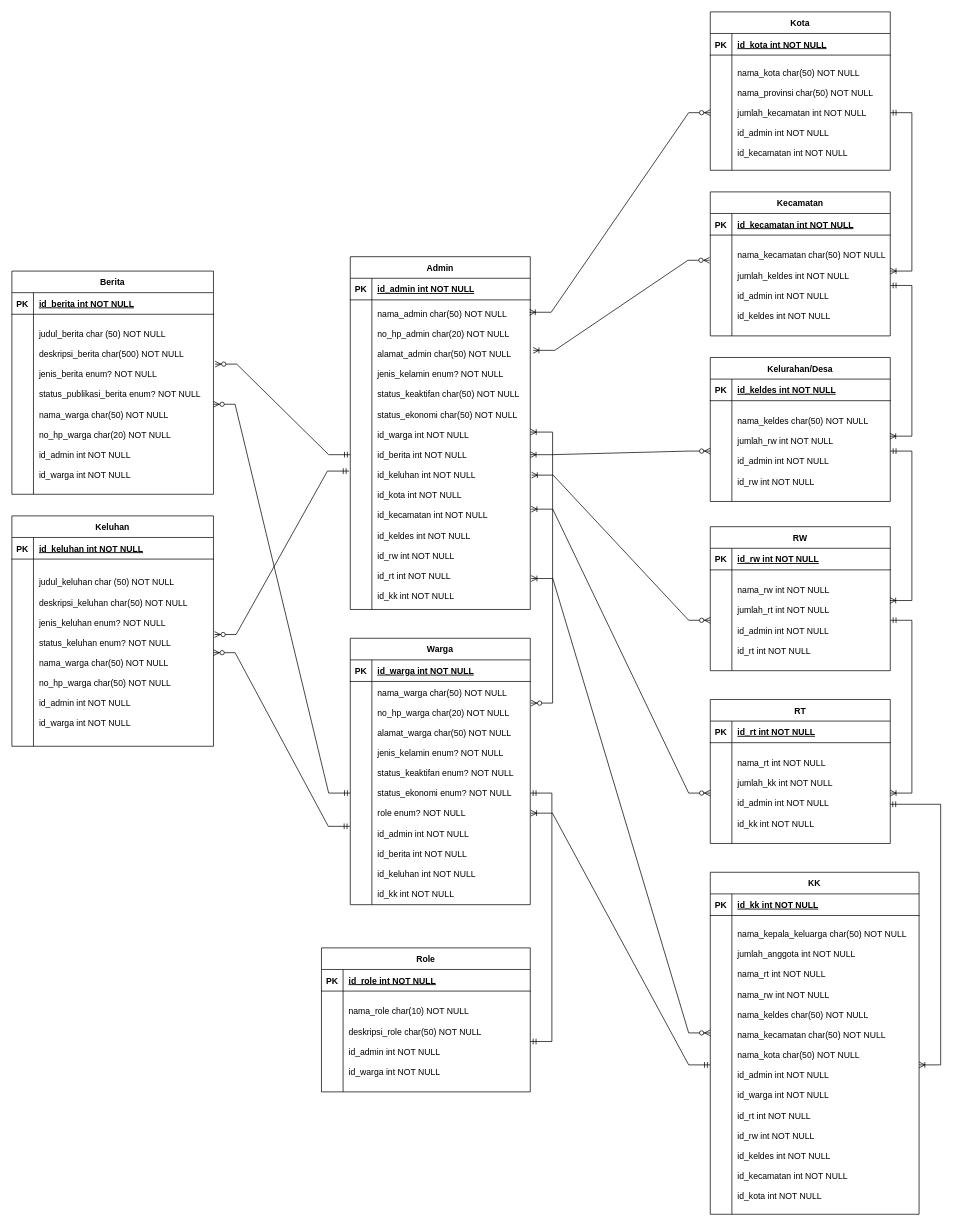
Before: pertemuan-5/Revisi Logical ERD.drawio in nugrahaas/IF214002, a draw.io diagram. Source tidied: cells renumbered, new cells numbered last; positions are measured from the earlier drawing's top-left corner, leaving out a move shared by most shapes. Both pictures are drawn from the tidied source at 72%, with x=0, y=0 at pixel (12, 12).
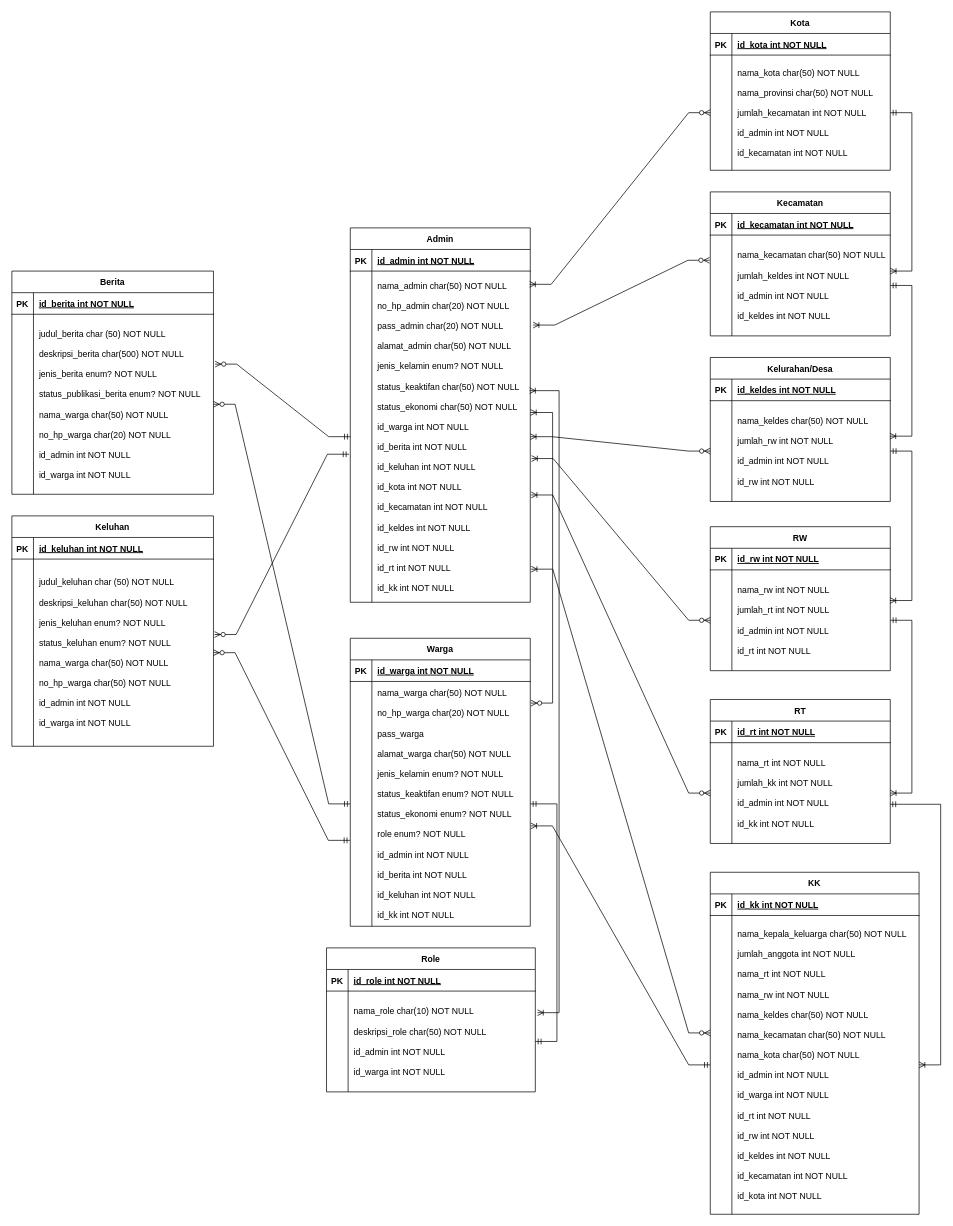
The same diagram, later.

Diff of the diagram source:
```diff
@@
     <mxCell id="23" value="Warga" style="shape=table;startSize=30;childLayout=tableLayout;rowLines=0;fontStyle=1;align=center;" parent="1" vertex="1">
-      <mxGeometry x="470" y="870" width="250" height="370" as="geometry" />
+      <mxGeometry x="470" y="870" width="250" height="400" as="geometry" />
     </mxCell>
@@
     <mxCell id="27" style="shape=partialRectangle;fillColor=none;points=[[0,0.5],[1,0.5]];portConstraint=eastwest;top=0;left=0;right=0;bottom=0;" parent="23" vertex="1">
-      <mxGeometry y="60" width="250" height="310" as="geometry" />
+      <mxGeometry y="60" width="250" height="340" as="geometry" />
     </mxCell>
     <mxCell id="28" style="shape=partialRectangle;overflow=hidden;fillColor=none;top=0;left=0;bottom=0;right=0;" parent="27" vertex="1">
-      <mxGeometry width="30" height="310" as="geometry" />
+      <mxGeometry width="30" height="340" as="geometry" />
     </mxCell>
-    <mxCell id="29" value="nama_warga char(50) NOT NULL&#10;&#10;no_hp_warga char(20) NOT NULL&#10;&#10;alamat_warga char(50) NOT NULL&#10;&#10;jenis_kelamin enum? NOT NULL&#10;&#10;status_keaktifan enum? NOT NULL&#10;&#10;status_ekonomi enum? NOT NULL&#10;&#10;role enum? NOT NULL&#10;&#10;id_admin int NOT NULL&#10;&#10;id_berita int NOT NULL&#10;&#10;id_keluhan int NOT NULL&#10;&#10;id_kk int NOT NULL" style="shape=partialRectangle;overflow=hidden;fillColor=none;top=0;left=0;bottom=0;right=0;align=left;spacingLeft=6;" parent="27" vertex="1">
-      <mxGeometry x="30" width="220" height="310" as="geometry" />
+    <mxCell id="29" value="nama_warga char(50) NOT NULL&#10;&#10;no_hp_warga char(20) NOT NULL&#10;&#10;pass_warga&#10;&#10;alamat_warga char(50) NOT NULL&#10;&#10;jenis_kelamin enum? NOT NULL&#10;&#10;status_keaktifan enum? NOT NULL&#10;&#10;status_ekonomi enum? NOT NULL&#10;&#10;role enum? NOT NULL&#10;&#10;id_admin int NOT NULL&#10;&#10;id_berita int NOT NULL&#10;&#10;id_keluhan int NOT NULL&#10;&#10;id_kk int NOT NULL" style="shape=partialRectangle;overflow=hidden;fillColor=none;top=0;left=0;bottom=0;right=0;align=left;spacingLeft=6;" parent="27" vertex="1">
+      <mxGeometry x="30" width="220" height="340" as="geometry" />
     </mxCell>
@@
     <mxCell id="65" value="Admin" style="shape=table;startSize=30;childLayout=tableLayout;rowLines=0;fontStyle=1;align=center;" parent="1" vertex="1">
-      <mxGeometry x="470" y="340" width="250" height="490" as="geometry" />
+      <mxGeometry x="470" y="300" width="250" height="520" as="geometry" />
     </mxCell>
@@
     <mxCell id="69" style="shape=partialRectangle;fillColor=none;points=[[0,0.5],[1,0.5]];portConstraint=eastwest;top=0;left=0;right=0;bottom=0;" parent="65" vertex="1">
-      <mxGeometry y="60" width="250" height="430" as="geometry" />
+      <mxGeometry y="60" width="250" height="460" as="geometry" />
     </mxCell>
     <mxCell id="70" style="shape=partialRectangle;overflow=hidden;fillColor=none;top=0;left=0;bottom=0;right=0;" parent="69" vertex="1">
-      <mxGeometry width="30" height="430" as="geometry" />
+      <mxGeometry width="30" height="460" as="geometry" />
     </mxCell>
-    <mxCell id="71" value="nama_admin char(50) NOT NULL&#10;&#10;no_hp_admin char(20) NOT NULL&#10;&#10;alamat_admin char(50) NOT NULL&#10;&#10;jenis_kelamin enum? NOT NULL&#10;&#10;status_keaktifan char(50) NOT NULL&#10;&#10;status_ekonomi char(50) NOT NULL&#10;&#10;id_warga int NOT NULL&#10;&#10;id_berita int NOT NULL&#10;&#10;id_keluhan int NOT NULL&#10;&#10;id_kota int NOT NULL&#10;&#10;id_kecamatan int NOT NULL&#10;&#10;id_keldes int NOT NULL&#10;&#10;id_rw int NOT NULL&#10;&#10;id_rt int NOT NULL&#10;&#10;id_kk int NOT NULL" style="shape=partialRectangle;overflow=hidden;fillColor=none;top=0;left=0;bottom=0;right=0;align=left;spacingLeft=6;" parent="69" vertex="1">
-      <mxGeometry x="30" width="220" height="430" as="geometry" />
+    <mxCell id="71" value="nama_admin char(50) NOT NULL&#10;&#10;no_hp_admin char(20) NOT NULL&#10;&#10;pass_admin char(20) NOT NULL&#10;&#10;alamat_admin char(50) NOT NULL&#10;&#10;jenis_kelamin enum? NOT NULL&#10;&#10;status_keaktifan char(50) NOT NULL&#10;&#10;status_ekonomi char(50) NOT NULL&#10;&#10;id_warga int NOT NULL&#10;&#10;id_berita int NOT NULL&#10;&#10;id_keluhan int NOT NULL&#10;&#10;id_kota int NOT NULL&#10;&#10;id_kecamatan int NOT NULL&#10;&#10;id_keldes int NOT NULL&#10;&#10;id_rw int NOT NULL&#10;&#10;id_rt int NOT NULL&#10;&#10;id_kk int NOT NULL" style="shape=partialRectangle;overflow=hidden;fillColor=none;top=0;left=0;bottom=0;right=0;align=left;spacingLeft=6;" parent="69" vertex="1">
+      <mxGeometry x="30" width="220" height="460" as="geometry" />
     </mxCell>
@@
     <mxCell id="89" value="Role" style="shape=table;startSize=30;childLayout=tableLayout;rowLines=0;fontStyle=1;align=center;" parent="1" vertex="1">
-      <mxGeometry x="430" y="1300" width="290" height="200" as="geometry" />
+      <mxGeometry x="437" y="1300" width="290" height="200" as="geometry" />
     </mxCell>
@@
+    <mxCell id="97" style="edgeStyle=entityRelationEdgeStyle;fontSize=12;html=1;endArrow=ERoneToMany;startArrow=ERoneToMany;rounded=0;entryX=0.996;entryY=0.361;entryDx=0;entryDy=0;entryPerimeter=0;" parent="1" edge="1" target="69">
+      <mxGeometry relative="1" as="geometry">
+        <mxPoint x="730" y="1390" as="sourcePoint" />
+      </mxGeometry>
+    </mxCell>
```
